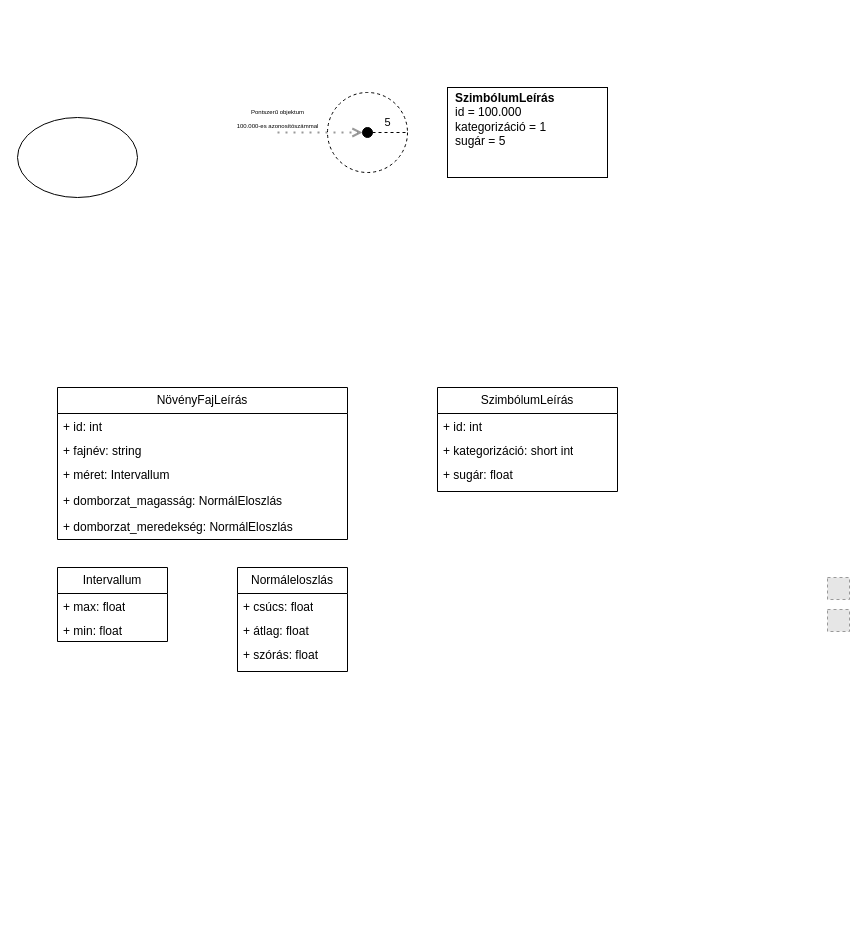
The draw.io diagram diagrams/src/ClassDiagram.drawio in Ace-0f-Hearts/ProceduralFoliageGenerationDocumentation, before the edit. Source tidied: cells renumbered, new cells numbered last; positions are measured from the earlier drawing's top-left corner, leaving out a move shared by most shapes. Both pictures are drawn from the tidied source at 100%, with x=0, y=0 at pixel (17, 17). Pictures stored in the file or linked from it are replaced by grey dashed boxes.
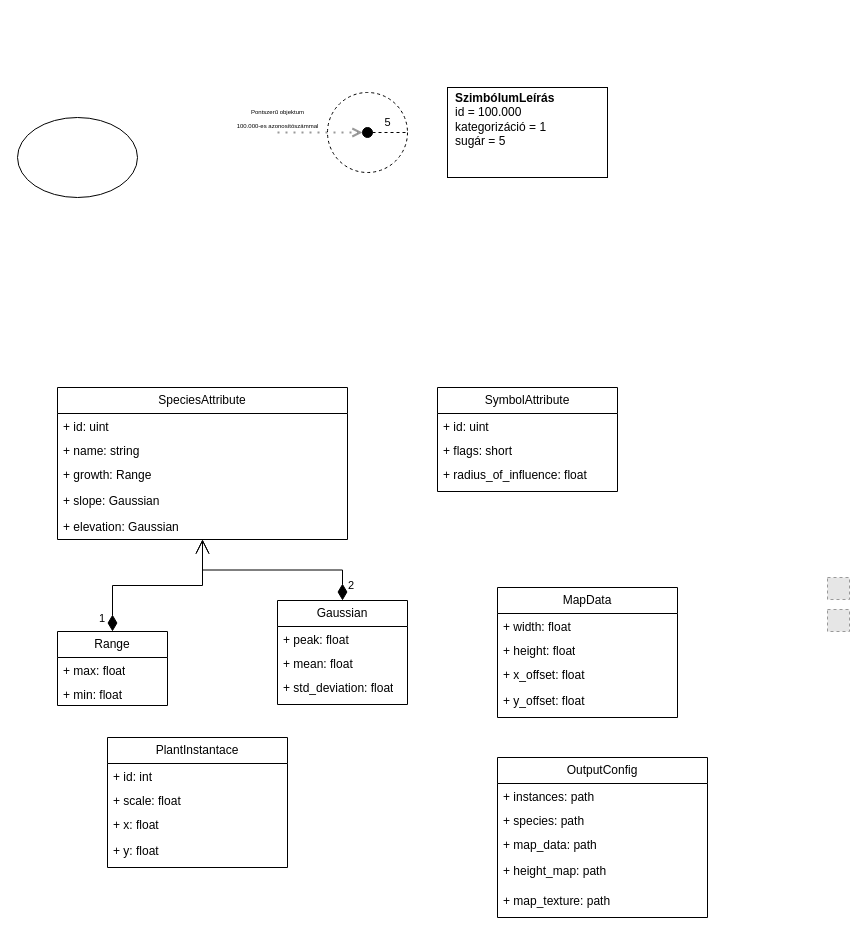
Above is the later version.

Change to the diagram source:
```diff
@@
-    <mxCell id="2" value="SzimbólumLeírás" style="swimlane;fontStyle=0;horizontal=1;startSize=26;fillColor=none;whiteSpace=wrap;html=1;" parent="1" vertex="1">
+    <mxCell id="2" value="SymbolAttribute" style="swimlane;fontStyle=0;horizontal=1;startSize=26;fillColor=none;whiteSpace=wrap;html=1;" parent="1" vertex="1">
       <mxGeometry x="420" y="370" width="180" height="104" as="geometry" />
     </mxCell>
-    <mxCell id="3" value="+ id: int" style="text;strokeColor=none;fillColor=none;align=left;verticalAlign=top;spacingLeft=4;spacingRight=4;overflow=hidden;whiteSpace=wrap;html=1;" parent="2" vertex="1">
+    <mxCell id="3" value="+ id: uint" style="text;strokeColor=none;fillColor=none;align=left;verticalAlign=top;spacingLeft=4;spacingRight=4;overflow=hidden;whiteSpace=wrap;html=1;" parent="2" vertex="1">
       <mxGeometry y="26" width="180" height="24" as="geometry" />
     </mxCell>
-    <mxCell id="4" value="+ kategorizáció: short int" style="text;strokeColor=none;fillColor=none;align=left;verticalAlign=top;spacingLeft=4;spacingRight=4;overflow=hidden;whiteSpace=wrap;html=1;" parent="2" vertex="1">
+    <mxCell id="4" value="+ flags: short&lt;div&gt;&lt;br&gt;&lt;/div&gt;" style="text;strokeColor=none;fillColor=none;align=left;verticalAlign=top;spacingLeft=4;spacingRight=4;overflow=hidden;whiteSpace=wrap;html=1;" parent="2" vertex="1">
       <mxGeometry y="50" width="180" height="24" as="geometry" />
     </mxCell>
-    <mxCell id="5" value="+ sugár: float" style="text;strokeColor=none;fillColor=none;align=left;verticalAlign=top;spacingLeft=4;spacingRight=4;overflow=hidden;whiteSpace=wrap;html=1;" parent="2" vertex="1">
+    <mxCell id="5" value="+ radius_of_influence: float" style="text;strokeColor=none;fillColor=none;align=left;verticalAlign=top;spacingLeft=4;spacingRight=4;overflow=hidden;whiteSpace=wrap;html=1;" parent="2" vertex="1">
       <mxGeometry y="74" width="180" height="30" as="geometry" />
     </mxCell>
-    <mxCell id="6" value="NövényFajLeírás" style="swimlane;fontStyle=0;horizontal=1;startSize=26;fillColor=none;whiteSpace=wrap;html=1;" parent="1" vertex="1">
+    <mxCell id="6" value="SpeciesAttribute" style="swimlane;fontStyle=0;horizontal=1;startSize=26;fillColor=none;whiteSpace=wrap;html=1;" parent="1" vertex="1">
       <mxGeometry x="40" y="370" width="290" height="152" as="geometry" />
     </mxCell>
-    <mxCell id="7" value="+ id: int" style="text;strokeColor=none;fillColor=none;align=left;verticalAlign=top;spacingLeft=4;spacingRight=4;overflow=hidden;whiteSpace=wrap;html=1;" parent="6" vertex="1">
+    <mxCell id="7" value="+ id: uint&lt;div&gt;&lt;br&gt;&lt;/div&gt;" style="text;strokeColor=none;fillColor=none;align=left;verticalAlign=top;spacingLeft=4;spacingRight=4;overflow=hidden;whiteSpace=wrap;html=1;" parent="6" vertex="1">
       <mxGeometry y="26" width="290" height="24" as="geometry" />
     </mxCell>
-    <mxCell id="8" value="+ fajnév: string" style="text;strokeColor=none;fillColor=none;align=left;verticalAlign=top;spacingLeft=4;spacingRight=4;overflow=hidden;whiteSpace=wrap;html=1;" parent="6" vertex="1">
+    <mxCell id="8" value="+ name: string" style="text;strokeColor=none;fillColor=none;align=left;verticalAlign=top;spacingLeft=4;spacingRight=4;overflow=hidden;whiteSpace=wrap;html=1;" parent="6" vertex="1">
       <mxGeometry y="50" width="290" height="24" as="geometry" />
     </mxCell>
-    <mxCell id="9" value="+ méret&lt;span style=&quot;background-color: transparent; color: light-dark(rgb(0, 0, 0), rgb(255, 255, 255));&quot;&gt;: Intervallum&lt;/span&gt;" style="text;strokeColor=none;fillColor=none;align=left;verticalAlign=top;spacingLeft=4;spacingRight=4;overflow=hidden;whiteSpace=wrap;html=1;" parent="6" vertex="1">
+    <mxCell id="9" value="+ growth&lt;span style=&quot;background-color: transparent; color: light-dark(rgb(0, 0, 0), rgb(255, 255, 255));&quot;&gt;: Range&lt;/span&gt;" style="text;strokeColor=none;fillColor=none;align=left;verticalAlign=top;spacingLeft=4;spacingRight=4;overflow=hidden;whiteSpace=wrap;html=1;" parent="6" vertex="1">
       <mxGeometry y="74" width="290" height="26" as="geometry" />
     </mxCell>
-    <mxCell id="10" value="+ domborzat_magasság: NormálEloszlás" style="text;strokeColor=none;fillColor=none;align=left;verticalAlign=top;spacingLeft=4;spacingRight=4;overflow=hidden;whiteSpace=wrap;html=1;" parent="6" vertex="1">
+    <mxCell id="10" value="+ slope: Gaussian" style="text;strokeColor=none;fillColor=none;align=left;verticalAlign=top;spacingLeft=4;spacingRight=4;overflow=hidden;whiteSpace=wrap;html=1;" parent="6" vertex="1">
       <mxGeometry y="100" width="290" height="26" as="geometry" />
     </mxCell>
-    <mxCell id="11" value="+ domborzat_meredekség: NormálEloszlás" style="text;strokeColor=none;fillColor=none;align=left;verticalAlign=top;spacingLeft=4;spacingRight=4;overflow=hidden;whiteSpace=wrap;html=1;" parent="6" vertex="1">
+    <mxCell id="11" value="+ elevation: Gaussian" style="text;strokeColor=none;fillColor=none;align=left;verticalAlign=top;spacingLeft=4;spacingRight=4;overflow=hidden;whiteSpace=wrap;html=1;" parent="6" vertex="1">
       <mxGeometry y="126" width="290" height="26" as="geometry" />
     </mxCell>
-    <mxCell id="12" value="Intervallum" style="swimlane;fontStyle=0;horizontal=1;startSize=26;fillColor=none;whiteSpace=wrap;html=1;" parent="1" vertex="1">
-      <mxGeometry x="40" y="550" width="110" height="74" as="geometry" />
+    <mxCell id="12" value="Range" style="swimlane;fontStyle=0;horizontal=1;startSize=26;fillColor=none;whiteSpace=wrap;html=1;" parent="1" vertex="1">
+      <mxGeometry x="40" y="614" width="110" height="74" as="geometry" />
     </mxCell>
@@
-    <mxCell id="15" value="Normáleloszlás" style="swimlane;fontStyle=0;horizontal=1;startSize=26;fillColor=none;whiteSpace=wrap;html=1;" parent="1" vertex="1">
-      <mxGeometry x="220" y="550" width="110" height="104" as="geometry" />
+    <mxCell id="15" value="Gaussian" style="swimlane;fontStyle=0;horizontal=1;startSize=26;fillColor=none;whiteSpace=wrap;html=1;" parent="1" vertex="1">
+      <mxGeometry x="260" y="583" width="130" height="104" as="geometry" />
     </mxCell>
-    <mxCell id="16" value="+ csúcs: float" style="text;strokeColor=none;fillColor=none;align=left;verticalAlign=top;spacingLeft=4;spacingRight=4;overflow=hidden;whiteSpace=wrap;html=1;" parent="15" vertex="1">
-      <mxGeometry y="26" width="110" height="24" as="geometry" />
+    <mxCell id="16" value="+ peak: float" style="text;strokeColor=none;fillColor=none;align=left;verticalAlign=top;spacingLeft=4;spacingRight=4;overflow=hidden;whiteSpace=wrap;html=1;" parent="15" vertex="1">
+      <mxGeometry y="26" width="130" height="24" as="geometry" />
     </mxCell>
-    <mxCell id="17" value="+ átlag: float" style="text;strokeColor=none;fillColor=none;align=left;verticalAlign=top;spacingLeft=4;spacingRight=4;overflow=hidden;whiteSpace=wrap;html=1;" parent="15" vertex="1">
-      <mxGeometry y="50" width="110" height="24" as="geometry" />
+    <mxCell id="17" value="+ mean: float" style="text;strokeColor=none;fillColor=none;align=left;verticalAlign=top;spacingLeft=4;spacingRight=4;overflow=hidden;whiteSpace=wrap;html=1;" parent="15" vertex="1">
+      <mxGeometry y="50" width="130" height="24" as="geometry" />
     </mxCell>
-    <mxCell id="18" value="+ szórás: float" style="text;strokeColor=none;fillColor=none;align=left;verticalAlign=top;spacingLeft=4;spacingRight=4;overflow=hidden;whiteSpace=wrap;html=1;" parent="15" vertex="1">
-      <mxGeometry y="74" width="110" height="30" as="geometry" />
+    <mxCell id="18" value="+ std_deviation: float" style="text;strokeColor=none;fillColor=none;align=left;verticalAlign=top;spacingLeft=4;spacingRight=4;overflow=hidden;whiteSpace=wrap;html=1;" parent="15" vertex="1">
+      <mxGeometry y="74" width="130" height="30" as="geometry" />
     </mxCell>
@@
+    <mxCell id="28" value="MapData" style="swimlane;fontStyle=0;horizontal=1;startSize=26;fillColor=none;whiteSpace=wrap;html=1;" parent="1" vertex="1">
+      <mxGeometry x="480" y="570" width="180" height="130" as="geometry" />
+    </mxCell>
+    <mxCell id="29" value="+ width&lt;span style=&quot;background-color: transparent; color: light-dark(rgb(0, 0, 0), rgb(255, 255, 255));&quot;&gt;: float&amp;nbsp;&lt;/span&gt;" style="text;strokeColor=none;fillColor=none;align=left;verticalAlign=top;spacingLeft=4;spacingRight=4;overflow=hidden;whiteSpace=wrap;html=1;" parent="28" vertex="1">
+      <mxGeometry y="26" width="180" height="24" as="geometry" />
+    </mxCell>
+    <mxCell id="30" value="+ height: float" style="text;strokeColor=none;fillColor=none;align=left;verticalAlign=top;spacingLeft=4;spacingRight=4;overflow=hidden;whiteSpace=wrap;html=1;" parent="28" vertex="1">
+      <mxGeometry y="50" width="180" height="24" as="geometry" />
+    </mxCell>
+    <mxCell id="31" value="+ x_offset: float" style="text;strokeColor=none;fillColor=none;align=left;verticalAlign=top;spacingLeft=4;spacingRight=4;overflow=hidden;whiteSpace=wrap;html=1;" parent="28" vertex="1">
+      <mxGeometry y="74" width="180" height="26" as="geometry" />
+    </mxCell>
+    <mxCell id="32" value="+ y_offset: float" style="text;strokeColor=none;fillColor=none;align=left;verticalAlign=top;spacingLeft=4;spacingRight=4;overflow=hidden;whiteSpace=wrap;html=1;" parent="28" vertex="1">
+      <mxGeometry y="100" width="180" height="30" as="geometry" />
+    </mxCell>
+    <mxCell id="33" value="OutputConfig" style="swimlane;fontStyle=0;horizontal=1;startSize=26;fillColor=none;whiteSpace=wrap;html=1;" parent="1" vertex="1">
+      <mxGeometry x="480" y="740" width="210" height="160" as="geometry" />
+    </mxCell>
+    <mxCell id="34" value="&lt;div&gt;+ instances: path&lt;/div&gt;" style="text;strokeColor=none;fillColor=none;align=left;verticalAlign=top;spacingLeft=4;spacingRight=4;overflow=hidden;whiteSpace=wrap;html=1;" parent="33" vertex="1">
+      <mxGeometry y="26" width="210" height="24" as="geometry" />
+    </mxCell>
+    <mxCell id="35" value="&lt;div&gt;+ species: path&lt;/div&gt;" style="text;strokeColor=none;fillColor=none;align=left;verticalAlign=top;spacingLeft=4;spacingRight=4;overflow=hidden;whiteSpace=wrap;html=1;" parent="33" vertex="1">
+      <mxGeometry y="50" width="210" height="24" as="geometry" />
+    </mxCell>
+    <mxCell id="36" value="+ map_data: path" style="text;strokeColor=none;fillColor=none;align=left;verticalAlign=top;spacingLeft=4;spacingRight=4;overflow=hidden;whiteSpace=wrap;html=1;" parent="33" vertex="1">
+      <mxGeometry y="74" width="210" height="26" as="geometry" />
+    </mxCell>
+    <mxCell id="37" value="+ height_map: path" style="text;strokeColor=none;fillColor=none;align=left;verticalAlign=top;spacingLeft=4;spacingRight=4;overflow=hidden;whiteSpace=wrap;html=1;" parent="33" vertex="1">
+      <mxGeometry y="100" width="210" height="30" as="geometry" />
+    </mxCell>
+    <mxCell id="38" value="+ map_texture: path" style="text;strokeColor=none;fillColor=none;align=left;verticalAlign=top;spacingLeft=4;spacingRight=4;overflow=hidden;whiteSpace=wrap;html=1;" parent="33" vertex="1">
+      <mxGeometry y="130" width="210" height="30" as="geometry" />
+    </mxCell>
+    <mxCell id="39" value="PlantInstantace" style="swimlane;fontStyle=0;horizontal=1;startSize=26;fillColor=none;whiteSpace=wrap;html=1;" parent="1" vertex="1">
+      <mxGeometry x="90" y="720" width="180" height="130" as="geometry" />
+    </mxCell>
+    <mxCell id="40" value="+ id: int" style="text;strokeColor=none;fillColor=none;align=left;verticalAlign=top;spacingLeft=4;spacingRight=4;overflow=hidden;whiteSpace=wrap;html=1;" parent="39" vertex="1">
+      <mxGeometry y="26" width="180" height="24" as="geometry" />
+    </mxCell>
+    <mxCell id="41" value="+ scale&lt;span style=&quot;background-color: transparent; color: light-dark(rgb(0, 0, 0), rgb(255, 255, 255));&quot;&gt;: float&lt;/span&gt;&lt;div&gt;&lt;div&gt;&lt;br&gt;&lt;/div&gt;&lt;/div&gt;" style="text;strokeColor=none;fillColor=none;align=left;verticalAlign=top;spacingLeft=4;spacingRight=4;overflow=hidden;whiteSpace=wrap;html=1;" parent="39" vertex="1">
+      <mxGeometry y="50" width="180" height="24" as="geometry" />
+    </mxCell>
+    <mxCell id="42" value="+ x&lt;span style=&quot;background-color: transparent; color: light-dark(rgb(0, 0, 0), rgb(255, 255, 255));&quot;&gt;: float&lt;/span&gt;" style="text;strokeColor=none;fillColor=none;align=left;verticalAlign=top;spacingLeft=4;spacingRight=4;overflow=hidden;whiteSpace=wrap;html=1;" parent="39" vertex="1">
+      <mxGeometry y="74" width="180" height="26" as="geometry" />
+    </mxCell>
+    <mxCell id="43" value="+ y: float&lt;div&gt;&lt;br&gt;&lt;/div&gt;" style="text;strokeColor=none;fillColor=none;align=left;verticalAlign=top;spacingLeft=4;spacingRight=4;overflow=hidden;whiteSpace=wrap;html=1;" parent="39" vertex="1">
+      <mxGeometry y="100" width="180" height="30" as="geometry" />
+    </mxCell>
+    <mxCell id="44" value="1" style="endArrow=open;html=1;endSize=12;startArrow=diamondThin;startSize=14;startFill=1;edgeStyle=orthogonalEdgeStyle;align=left;verticalAlign=bottom;rounded=0;exitX=0.5;exitY=0;exitDx=0;exitDy=0;entryX=0.5;entryY=1;entryDx=0;entryDy=0;" parent="1" edge="1" source="12" target="6">
+      <mxGeometry x="-0.96" y="15" relative="1" as="geometry" />
+    </mxCell>
+    <mxCell id="45" value="2" style="endArrow=open;html=1;endSize=12;startArrow=diamondThin;startSize=14;startFill=1;edgeStyle=orthogonalEdgeStyle;align=left;verticalAlign=bottom;rounded=0;exitX=0.5;exitY=0;exitDx=0;exitDy=0;entryX=0.5;entryY=1;entryDx=0;entryDy=0;" parent="1" edge="1" source="15" target="6">
+      <mxGeometry x="-0.94" y="-4" relative="1" as="geometry" />
+    </mxCell>
```
